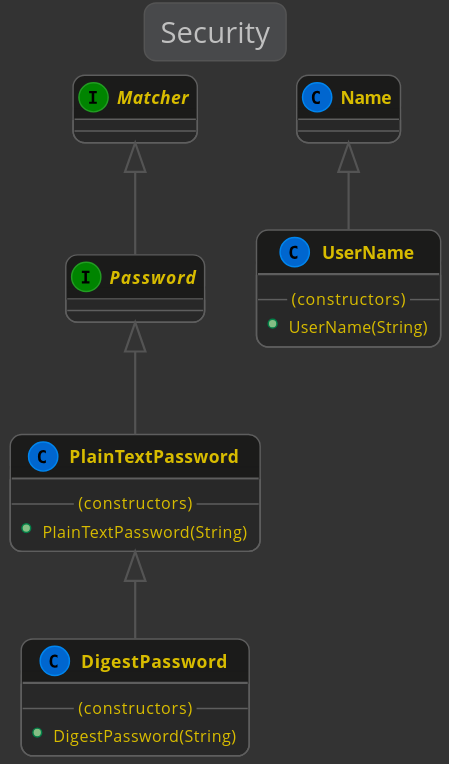
The PlantUML diagram kivakit-core/security/documentation/diagrams/diagram-security.svg in Telenav/kivakit, before a commit. The source it was exported from:
```plantuml
@startuml

    !include ../lexakai/lexakai.theme

    title "Security"

    interface Password

    PlainTextPassword <|-- DigestPassword
    class DigestPassword
    {
        --(constructors)--
        +DigestPassword(String)
    }

    interface Matcher
    Matcher <|-- Password
    interface Password
    {
    }

    Password <|-- PlainTextPassword
    class PlainTextPassword
    {
        --(constructors)--
        +PlainTextPassword(String)
    }

    Name <|-- UserName
    class UserName
    {
        --(constructors)--
        +UserName(String)
    }

@enduml
```
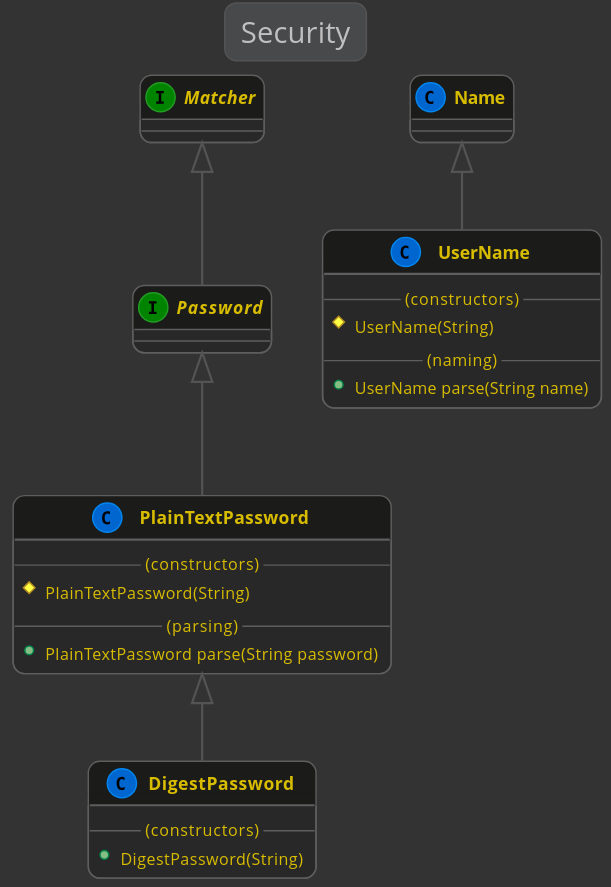
The same file after the commit.

Diff of the diagram source:
```diff
@@ -23,14 +23,18 @@
     class PlainTextPassword
     {
         --(constructors)--
-        +PlainTextPassword(String)
+        #PlainTextPassword(String)
+        --(parsing)--
+        +PlainTextPassword parse(String password)
     }
 
     Name <|-- UserName
     class UserName
     {
         --(constructors)--
-        +UserName(String)
+        #UserName(String)
+        --(naming)--
+        +UserName parse(String name)
     }
 
 @enduml
```
